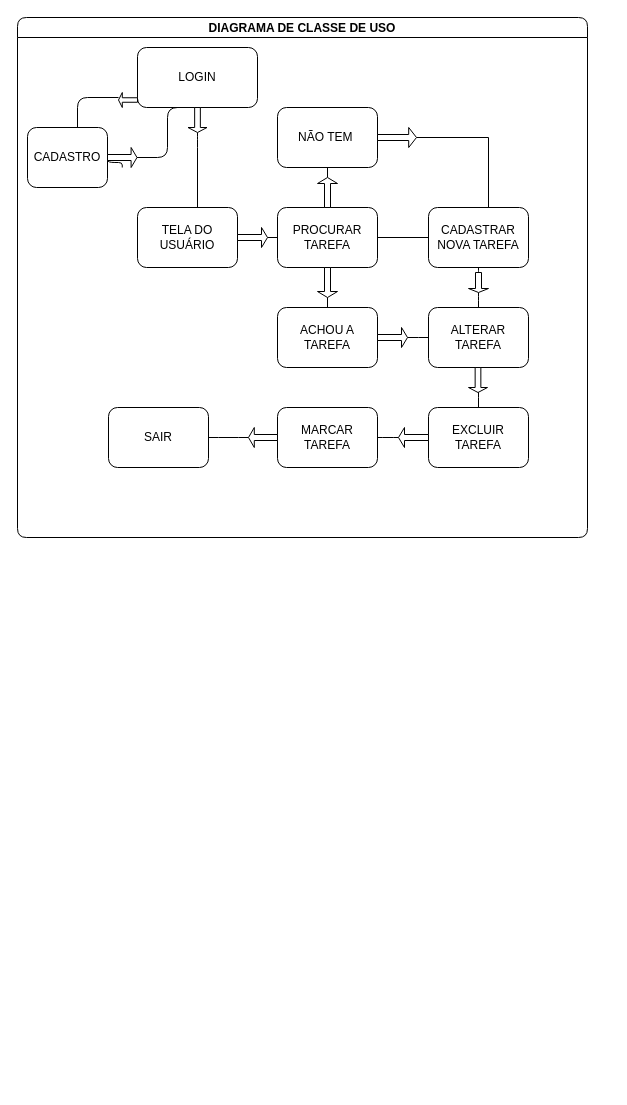
goisygor/PRO keeps this draw.io diagram as ProjetoTodoListAFNoite/todo-list-simple/Diagrama sem nome.drawio. Above is the earlier version. Source tidied: cells renumbered, new cells numbered last; positions are measured from the earlier drawing's top-left corner, leaving out a move shared by most shapes. Both pictures are drawn from the tidied source at 100%, with x=0, y=0 at pixel (17, 17).
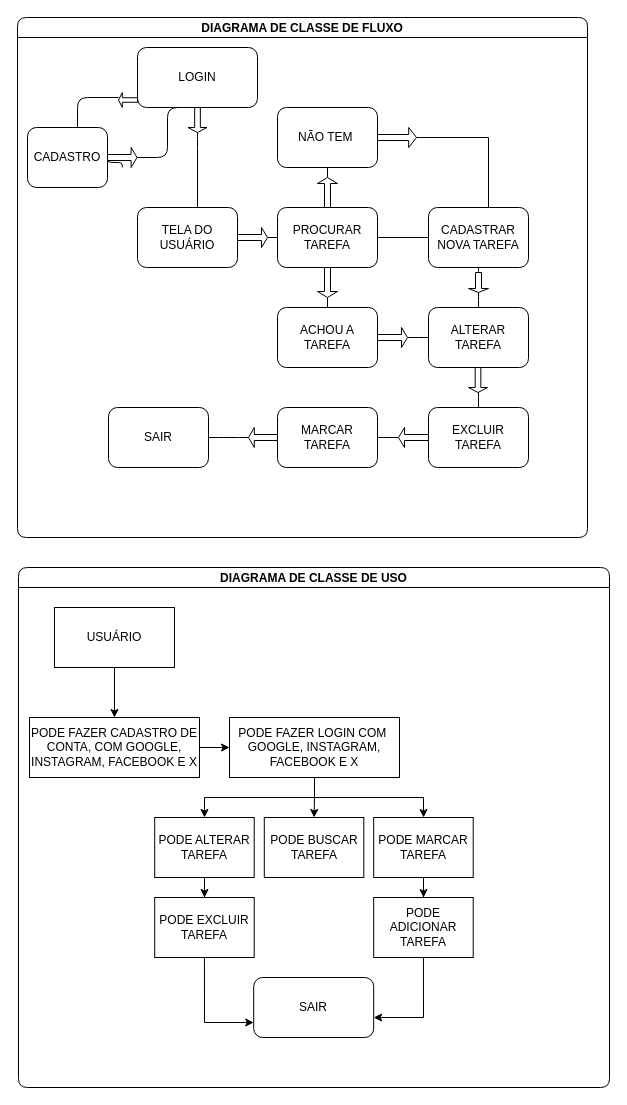
The same page after the edit.

Commit message:
DIAGRAMA DE CLASSE DE USO.drawio

Change to the diagram source:
```diff
@@
-    <mxCell id="2" value="DIAGRAMA DE CLASSE DE USO" style="swimlane;startSize=20;horizontal=1;containerType=tree;newEdgeStyle={&quot;edgeStyle&quot;:&quot;elbowEdgeStyle&quot;,&quot;startArrow&quot;:&quot;none&quot;,&quot;endArrow&quot;:&quot;none&quot;};labelBackgroundColor=none;rounded=1;comic=0;enumerate=0;backgroundOutline=0;fixDash=0;" parent="1" vertex="1">
+    <mxCell id="2" value="DIAGRAMA DE CLASSE DE FLUXO" style="swimlane;startSize=20;horizontal=1;containerType=tree;newEdgeStyle={&quot;edgeStyle&quot;:&quot;elbowEdgeStyle&quot;,&quot;startArrow&quot;:&quot;none&quot;,&quot;endArrow&quot;:&quot;none&quot;};labelBackgroundColor=none;rounded=1;comic=0;enumerate=0;backgroundOutline=0;fixDash=0;" parent="1" vertex="1">
       <mxGeometry width="570" height="520" as="geometry" />
     </mxCell>
@@
+    <mxCell id="48" value="DIAGRAMA DE CLASSE DE USO" style="swimlane;startSize=20;horizontal=1;containerType=tree;newEdgeStyle={&quot;edgeStyle&quot;:&quot;elbowEdgeStyle&quot;,&quot;startArrow&quot;:&quot;none&quot;,&quot;endArrow&quot;:&quot;none&quot;};labelBackgroundColor=none;rounded=1;comic=0;enumerate=0;backgroundOutline=0;fixDash=0;" parent="1" vertex="1">
+      <mxGeometry x="1" y="550" width="591" height="520" as="geometry" />
+    </mxCell>
+    <mxCell id="49" value="USUÁRIO" style="whiteSpace=wrap;html=1;" parent="48" vertex="1">
+      <mxGeometry x="36" y="40" width="120" height="60" as="geometry" />
+    </mxCell>
+    <mxCell id="50" style="edgeStyle=orthogonalEdgeStyle;rounded=0;jettySize=auto;html=1;" parent="48" edge="1" source="49" target="51">
+      <mxGeometry relative="1" as="geometry" />
+    </mxCell>
+    <mxCell id="51" value="PODE FAZER CADASTRO DE CONTA, COM GOOGLE, INSTAGRAM, FACEBOOK E X" style="whiteSpace=wrap;html=1;" parent="48" vertex="1">
+      <mxGeometry x="11" y="150" width="170" height="60" as="geometry" />
+    </mxCell>
+    <mxCell id="52" style="edgeStyle=orthogonalEdgeStyle;rounded=0;jettySize=auto;html=1;" parent="48" edge="1" source="51" target="53">
+      <mxGeometry relative="1" as="geometry" />
+    </mxCell>
+    <mxCell id="53" value="PODE FAZER LOGIN COM&amp;nbsp; GOOGLE, INSTAGRAM, FACEBOOK E X" style="whiteSpace=wrap;html=1;" parent="48" vertex="1">
+      <mxGeometry x="211" y="150" width="170" height="60" as="geometry" />
+    </mxCell>
+    <mxCell id="54" style="edgeStyle=orthogonalEdgeStyle;rounded=0;jettySize=auto;html=1;" parent="48" edge="1" source="53" target="55">
+      <mxGeometry relative="1" as="geometry" />
+    </mxCell>
+    <mxCell id="55" value="PODE BUSCAR TAREFA" style="whiteSpace=wrap;html=1;" parent="48" vertex="1">
+      <mxGeometry x="245.8" y="250" width="99.5" height="60" as="geometry" />
+    </mxCell>
+    <mxCell id="56" style="edgeStyle=orthogonalEdgeStyle;rounded=0;jettySize=auto;html=1;" parent="48" edge="1" source="53" target="57">
+      <mxGeometry relative="1" as="geometry" />
+    </mxCell>
+    <mxCell id="57" value="PODE MARCAR TAREFA" style="whiteSpace=wrap;html=1;" parent="48" vertex="1">
+      <mxGeometry x="355.2" y="250" width="99.5" height="60" as="geometry" />
+    </mxCell>
+    <mxCell id="58" style="edgeStyle=orthogonalEdgeStyle;rounded=0;jettySize=auto;html=1;" parent="48" edge="1" source="53" target="59">
+      <mxGeometry relative="1" as="geometry" />
+    </mxCell>
+    <mxCell id="59" value="PODE ALTERAR TAREFA" style="whiteSpace=wrap;html=1;" parent="48" vertex="1">
+      <mxGeometry x="136.2" y="250" width="99.5" height="60" as="geometry" />
+    </mxCell>
+    <mxCell id="60" style="edgeStyle=orthogonalEdgeStyle;rounded=0;jettySize=auto;html=1;" parent="48" edge="1" source="57" target="61">
+      <mxGeometry relative="1" as="geometry" />
+    </mxCell>
+    <mxCell id="61" value="PODE ADICIONAR TAREFA" style="whiteSpace=wrap;html=1;" parent="48" vertex="1">
+      <mxGeometry x="355.2" y="330" width="99.5" height="60" as="geometry" />
+    </mxCell>
+    <mxCell id="62" style="edgeStyle=orthogonalEdgeStyle;rounded=0;jettySize=auto;html=1;" parent="48" edge="1" source="59" target="64">
+      <mxGeometry relative="1" as="geometry" />
+    </mxCell>
+    <mxCell id="63" style="edgeStyle=orthogonalEdgeStyle;rounded=0;jettySize=auto;html=1;exitX=0.5;exitY=1;exitDx=0;exitDy=0;entryX=0;entryY=0.75;entryDx=0;entryDy=0;" parent="48" edge="1" source="64" target="65">
+      <mxGeometry relative="1" as="geometry" />
+    </mxCell>
+    <mxCell id="64" value="PODE EXCLUIR TAREFA" style="whiteSpace=wrap;html=1;" parent="48" vertex="1">
+      <mxGeometry x="136.2" y="330" width="99.5" height="60" as="geometry" />
+    </mxCell>
+    <mxCell id="65" value="SAIR" style="rounded=1;whiteSpace=wrap;html=1;" parent="48" vertex="1">
+      <mxGeometry x="235.2" y="410" width="120" height="60" as="geometry" />
+    </mxCell>
+    <mxCell id="66" style="edgeStyle=orthogonalEdgeStyle;rounded=0;jettySize=auto;html=1;exitX=0.5;exitY=1;exitDx=0;exitDy=0;" parent="48" edge="1" source="61" target="65">
+      <mxGeometry relative="1" as="geometry">
+        <Array as="points">
+          <mxPoint x="405" y="450" />
+        </Array>
+      </mxGeometry>
+    </mxCell>
```
